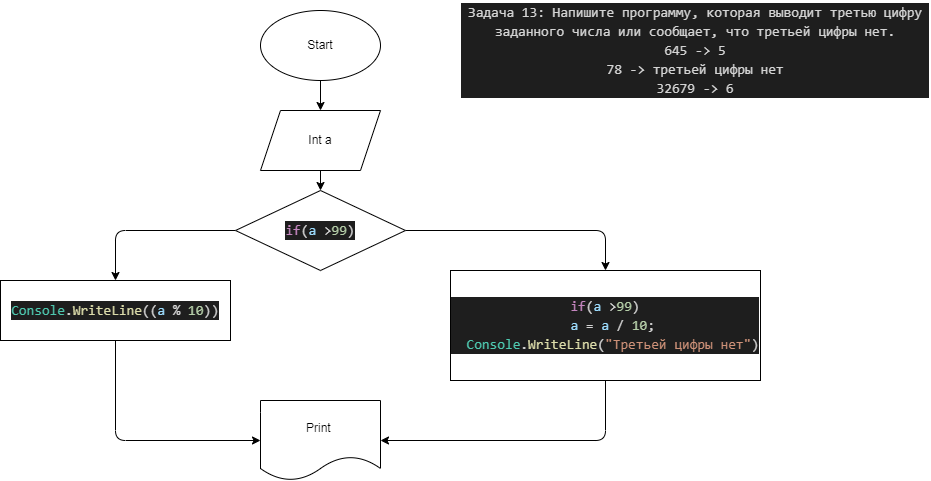
Earlier version of the draw.io export Work/EXP006/diagram.drawio.png (Evgeniya120/HomeWork). Source tidied: cells renumbered, new cells last; positions are measured from the earlier drawing's top-left corner, leaving out a move shared by most shapes.
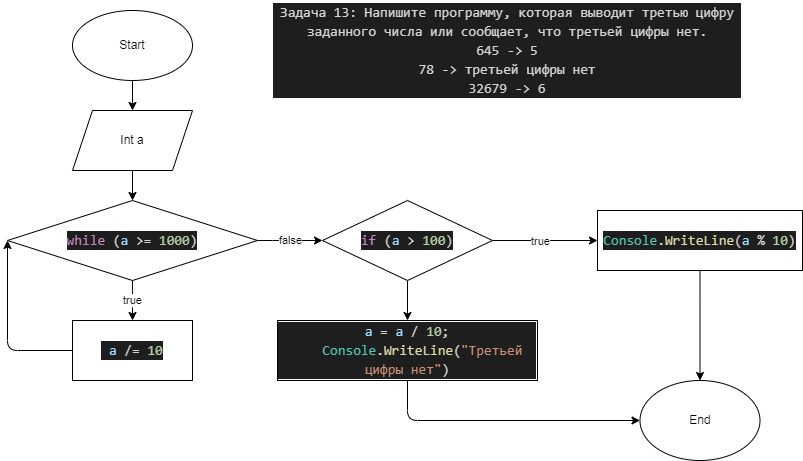
The same diagram one commit later.

Commit message:
Решение 2 задачи 2 семинара

What changed in the source:
```diff
@@ -11,51 +11,72 @@
     <mxCell id="4" value="Start" style="ellipse;whiteSpace=wrap;html=1;" parent="1" vertex="1">
       <mxGeometry x="260" y="10" width="120" height="70" as="geometry" />
     </mxCell>
-    <mxCell id="5" style="edgeStyle=none;html=1;" parent="1" edge="1" source="6" target="9">
-      <mxGeometry relative="1" as="geometry" />
-    </mxCell>
+    <mxCell id="15" style="edgeStyle=none;html=1;entryX=0.5;entryY=0;entryDx=0;entryDy=0;" parent="1" edge="1" source="6" target="18">
+      <mxGeometry relative="1" as="geometry" />
+    </mxCell>
     <mxCell id="6" value="Int a" style="shape=parallelogram;perimeter=parallelogramPerimeter;whiteSpace=wrap;html=1;fixedSize=1;" parent="1" vertex="1">
       <mxGeometry x="260" y="110" width="120" height="60" as="geometry" />
     </mxCell>
-    <mxCell id="7" style="edgeStyle=none;html=1;entryX=0.5;entryY=0;entryDx=0;entryDy=0;" parent="1" edge="1" source="9" target="11">
-      <mxGeometry relative="1" as="geometry">
-        <Array as="points">
-          <mxPoint x="605" y="230" />
-        </Array>
-      </mxGeometry>
-    </mxCell>
-    <mxCell id="8" style="edgeStyle=none;html=1;entryX=0.5;entryY=0;entryDx=0;entryDy=0;exitX=0;exitY=0.5;exitDx=0;exitDy=0;" parent="1" edge="1" source="9" target="13">
-      <mxGeometry relative="1" as="geometry">
-        <Array as="points">
-          <mxPoint x="115" y="230" />
-        </Array>
-      </mxGeometry>
-    </mxCell>
-    <mxCell id="9" value="&#10;&#10;&lt;div style=&quot;color: rgb(212, 212, 212); background-color: rgb(30, 30, 30); font-family: consolas, &amp;quot;courier new&amp;quot;, monospace; font-weight: normal; font-size: 14px; line-height: 19px;&quot;&gt;&lt;div&gt;&lt;span style=&quot;color: #c586c0&quot;&gt;if&lt;/span&gt;&lt;span style=&quot;color: #d4d4d4&quot;&gt;(&lt;/span&gt;&lt;span style=&quot;color: #9cdcfe&quot;&gt;a&lt;/span&gt;&lt;span style=&quot;color: #d4d4d4&quot;&gt; &lt;/span&gt;&lt;span style=&quot;color: #d4d4d4&quot;&gt;&amp;gt;&lt;/span&gt;&lt;span style=&quot;color: #b5cea8&quot;&gt;99&lt;/span&gt;&lt;span style=&quot;color: #d4d4d4&quot;&gt;)&lt;/span&gt;&lt;/div&gt;&lt;/div&gt;&#10;&#10;" style="rhombus;whiteSpace=wrap;html=1;" parent="1" vertex="1">
-      <mxGeometry x="235" y="190" width="170" height="80" as="geometry" />
-    </mxCell>
-    <mxCell id="10" style="edgeStyle=none;html=1;entryX=1;entryY=0.5;entryDx=0;entryDy=0;" parent="1" edge="1" source="11" target="14">
-      <mxGeometry relative="1" as="geometry">
-        <Array as="points">
-          <mxPoint x="605" y="440" />
-        </Array>
-      </mxGeometry>
-    </mxCell>
-    <mxCell id="11" value="&#10;&#10;&lt;div style=&quot;color: rgb(212, 212, 212); background-color: rgb(30, 30, 30); font-family: consolas, &amp;quot;courier new&amp;quot;, monospace; font-weight: normal; font-size: 14px; line-height: 19px;&quot;&gt;&lt;div&gt;&lt;span style=&quot;color: #c586c0&quot;&gt;if&lt;/span&gt;&lt;span style=&quot;color: #d4d4d4&quot;&gt;(&lt;/span&gt;&lt;span style=&quot;color: #9cdcfe&quot;&gt;a&lt;/span&gt;&lt;span style=&quot;color: #d4d4d4&quot;&gt; &lt;/span&gt;&lt;span style=&quot;color: #d4d4d4&quot;&gt;&amp;gt;&lt;/span&gt;&lt;span style=&quot;color: #b5cea8&quot;&gt;99&lt;/span&gt;&lt;span style=&quot;color: #d4d4d4&quot;&gt;)&lt;/span&gt;&lt;/div&gt;&lt;div&gt;&lt;span style=&quot;color: #d4d4d4&quot;&gt;&amp;nbsp; &lt;/span&gt;&lt;span style=&quot;color: #9cdcfe&quot;&gt;a&lt;/span&gt;&lt;span style=&quot;color: #d4d4d4&quot;&gt; &lt;/span&gt;&lt;span style=&quot;color: #d4d4d4&quot;&gt;=&lt;/span&gt;&lt;span style=&quot;color: #d4d4d4&quot;&gt; &lt;/span&gt;&lt;span style=&quot;color: #9cdcfe&quot;&gt;a&lt;/span&gt;&lt;span style=&quot;color: #d4d4d4&quot;&gt; &lt;/span&gt;&lt;span style=&quot;color: #d4d4d4&quot;&gt;/&lt;/span&gt;&lt;span style=&quot;color: #d4d4d4&quot;&gt; &lt;/span&gt;&lt;span style=&quot;color: #b5cea8&quot;&gt;10&lt;/span&gt;&lt;span style=&quot;color: #d4d4d4&quot;&gt;;&lt;/span&gt;&lt;/div&gt;&lt;div&gt;&lt;span style=&quot;color: #d4d4d4&quot;&gt;&amp;nbsp; &lt;/span&gt;&lt;span style=&quot;color: #4ec9b0&quot;&gt;Console&lt;/span&gt;&lt;span style=&quot;color: #d4d4d4&quot;&gt;.&lt;/span&gt;&lt;span style=&quot;color: #dcdcaa&quot;&gt;WriteLine&lt;/span&gt;&lt;span style=&quot;color: #d4d4d4&quot;&gt;(&lt;/span&gt;&lt;span style=&quot;color: #ce9178&quot;&gt;&quot;Третьей цифры нет&quot;&lt;/span&gt;&lt;span style=&quot;color: #d4d4d4&quot;&gt;)&lt;/span&gt;&lt;/div&gt;&lt;/div&gt;&#10;&#10;" style="rounded=0;whiteSpace=wrap;html=1;" parent="1" vertex="1">
-      <mxGeometry x="450" y="270" width="310" height="110" as="geometry" />
-    </mxCell>
-    <mxCell id="12" style="edgeStyle=none;html=1;entryX=0;entryY=0.5;entryDx=0;entryDy=0;exitX=0.5;exitY=1;exitDx=0;exitDy=0;" parent="1" edge="1" source="13" target="14">
-      <mxGeometry relative="1" as="geometry">
-        <Array as="points">
-          <mxPoint x="115" y="440" />
-        </Array>
-      </mxGeometry>
-    </mxCell>
-    <mxCell id="13" value="&#10;&#10;&lt;div style=&quot;color: rgb(212, 212, 212); background-color: rgb(30, 30, 30); font-family: consolas, &amp;quot;courier new&amp;quot;, monospace; font-weight: normal; font-size: 14px; line-height: 19px;&quot;&gt;&lt;div&gt;&lt;span style=&quot;color: #4ec9b0&quot;&gt;Console&lt;/span&gt;&lt;span style=&quot;color: #d4d4d4&quot;&gt;.&lt;/span&gt;&lt;span style=&quot;color: #dcdcaa&quot;&gt;WriteLine&lt;/span&gt;&lt;span style=&quot;color: #d4d4d4&quot;&gt;((&lt;/span&gt;&lt;span style=&quot;color: #9cdcfe&quot;&gt;a&lt;/span&gt;&lt;span style=&quot;color: #d4d4d4&quot;&gt; &lt;/span&gt;&lt;span style=&quot;color: #d4d4d4&quot;&gt;%&lt;/span&gt;&lt;span style=&quot;color: #d4d4d4&quot;&gt; &lt;/span&gt;&lt;span style=&quot;color: #b5cea8&quot;&gt;10&lt;/span&gt;&lt;span style=&quot;color: #d4d4d4&quot;&gt;))&lt;/span&gt;&lt;/div&gt;&lt;/div&gt;&#10;&#10;" style="rounded=0;whiteSpace=wrap;html=1;" parent="1" vertex="1">
-      <mxGeometry y="280" width="230" height="60" as="geometry" />
-    </mxCell>
-    <mxCell id="14" value="Print&amp;nbsp;" style="shape=document;whiteSpace=wrap;html=1;boundedLbl=1;" parent="1" vertex="1">
-      <mxGeometry x="260" y="400" width="120" height="80" as="geometry" />
-    </mxCell>
+    <mxCell id="16" value="true" style="edgeStyle=none;html=1;" parent="1" edge="1" source="18" target="20">
+      <mxGeometry relative="1" as="geometry">
+        <Array as="points">
+          <mxPoint x="320" y="300" />
+        </Array>
+      </mxGeometry>
+    </mxCell>
+    <mxCell id="17" value="false" style="edgeStyle=none;html=1;" parent="1" edge="1" source="18">
+      <mxGeometry relative="1" as="geometry">
+        <mxPoint x="510" y="240" as="targetPoint" />
+        <Array as="points">
+          <mxPoint x="470" y="240" />
+        </Array>
+      </mxGeometry>
+    </mxCell>
+    <mxCell id="18" value="&lt;div style=&quot;color: rgb(212, 212, 212); background-color: rgb(30, 30, 30); font-family: Consolas, &amp;quot;Courier New&amp;quot;, monospace; font-size: 14px; line-height: 19px;&quot;&gt;&lt;span style=&quot;color: #c586c0;&quot;&gt;while&lt;/span&gt; (&lt;span style=&quot;color: #9cdcfe;&quot;&gt;a&lt;/span&gt; &amp;gt;= &lt;span style=&quot;color: #b5cea8;&quot;&gt;1000&lt;/span&gt;)&lt;/div&gt;" style="rhombus;whiteSpace=wrap;html=1;" parent="1" vertex="1">
+      <mxGeometry x="195" y="200" width="250" height="80" as="geometry" />
+    </mxCell>
+    <mxCell id="19" style="edgeStyle=none;html=1;entryX=0;entryY=0.5;entryDx=0;entryDy=0;" parent="1" edge="1" source="20" target="18">
+      <mxGeometry relative="1" as="geometry">
+        <Array as="points">
+          <mxPoint x="195" y="350" />
+        </Array>
+      </mxGeometry>
+    </mxCell>
+    <mxCell id="20" value="&lt;div style=&quot;color: rgb(212, 212, 212); background-color: rgb(30, 30, 30); font-family: Consolas, &amp;quot;Courier New&amp;quot;, monospace; font-size: 14px; line-height: 19px;&quot;&gt;&amp;nbsp;&lt;span style=&quot;color: #9cdcfe;&quot;&gt;a&lt;/span&gt; /= &lt;span style=&quot;color: #b5cea8;&quot;&gt;10&lt;/span&gt;&lt;/div&gt;" style="rounded=0;whiteSpace=wrap;html=1;" parent="1" vertex="1">
+      <mxGeometry x="260" y="320" width="120" height="60" as="geometry" />
+    </mxCell>
+    <mxCell id="21" style="edgeStyle=none;html=1;" parent="1" edge="1" source="24" target="26">
+      <mxGeometry relative="1" as="geometry" />
+    </mxCell>
+    <mxCell id="22" value="true" style="edgeLabel;html=1;align=center;verticalAlign=middle;" parent="21" vertex="1">
+      <mxGeometry x="0.32" relative="1" as="geometry">
+        <mxPoint x="-22" as="offset" />
+      </mxGeometry>
+    </mxCell>
+    <mxCell id="23" style="edgeStyle=none;html=1;" parent="1" edge="1" source="24" target="28">
+      <mxGeometry relative="1" as="geometry" />
+    </mxCell>
+    <mxCell id="24" value="&lt;div style=&quot;color: rgb(212, 212, 212); background-color: rgb(30, 30, 30); font-family: Consolas, &amp;quot;Courier New&amp;quot;, monospace; font-size: 14px; line-height: 19px;&quot;&gt;&lt;span style=&quot;color: #c586c0;&quot;&gt;if&lt;/span&gt; (&lt;span style=&quot;color: #9cdcfe;&quot;&gt;a&lt;/span&gt; &amp;gt; &lt;span style=&quot;color: #b5cea8;&quot;&gt;100&lt;/span&gt;)&lt;/div&gt;" style="rhombus;whiteSpace=wrap;html=1;" parent="1" vertex="1">
+      <mxGeometry x="510" y="200" width="170" height="80" as="geometry" />
+    </mxCell>
+    <mxCell id="25" style="edgeStyle=none;html=1;entryX=0.5;entryY=0;entryDx=0;entryDy=0;" parent="1" edge="1" source="26" target="29">
+      <mxGeometry relative="1" as="geometry" />
+    </mxCell>
+    <mxCell id="26" value="&lt;div style=&quot;color: rgb(212, 212, 212); background-color: rgb(30, 30, 30); font-family: Consolas, &amp;quot;Courier New&amp;quot;, monospace; font-size: 14px; line-height: 19px;&quot;&gt;&lt;span style=&quot;color: #4ec9b0;&quot;&gt;Console&lt;/span&gt;.&lt;span style=&quot;color: #dcdcaa;&quot;&gt;WriteLine&lt;/span&gt;(&lt;span style=&quot;color: #9cdcfe;&quot;&gt;a&lt;/span&gt; % &lt;span style=&quot;color: #b5cea8;&quot;&gt;10&lt;/span&gt;)&lt;/div&gt;" style="whiteSpace=wrap;html=1;" parent="1" vertex="1">
+      <mxGeometry x="785" y="210" width="205" height="60" as="geometry" />
+    </mxCell>
+    <mxCell id="27" style="edgeStyle=none;html=1;entryX=0;entryY=0.5;entryDx=0;entryDy=0;exitX=0.5;exitY=1;exitDx=0;exitDy=0;" parent="1" edge="1" source="28" target="29">
+      <mxGeometry relative="1" as="geometry">
+        <Array as="points">
+          <mxPoint x="595" y="420" />
+        </Array>
+      </mxGeometry>
+    </mxCell>
+    <mxCell id="28" value="&lt;div style=&quot;color: rgb(212, 212, 212); background-color: rgb(30, 30, 30); font-family: Consolas, &amp;quot;Courier New&amp;quot;, monospace; font-size: 14px; line-height: 19px;&quot;&gt;&lt;div&gt;&lt;span style=&quot;color: #9cdcfe;&quot;&gt;a&lt;/span&gt; = &lt;span style=&quot;color: #9cdcfe;&quot;&gt;a&lt;/span&gt; / &lt;span style=&quot;color: #b5cea8;&quot;&gt;10&lt;/span&gt;;&lt;/div&gt;&lt;div&gt;&amp;nbsp; &amp;nbsp; &lt;span style=&quot;color: #4ec9b0;&quot;&gt;Console&lt;/span&gt;.&lt;span style=&quot;color: #dcdcaa;&quot;&gt;WriteLine&lt;/span&gt;(&lt;span style=&quot;color: #ce9178;&quot;&gt;&quot;Третьей цифры нет&quot;&lt;/span&gt;)&lt;/div&gt;&lt;/div&gt;" style="rounded=0;whiteSpace=wrap;html=1;" parent="1" vertex="1">
+      <mxGeometry x="465" y="320" width="260" height="60" as="geometry" />
+    </mxCell>
+    <mxCell id="29" value="End" style="ellipse;whiteSpace=wrap;html=1;" parent="1" vertex="1">
+      <mxGeometry x="827.5" y="380" width="120" height="80" as="geometry" />
+    </mxCell>
   </root>
 </mxGraphModel>
```
